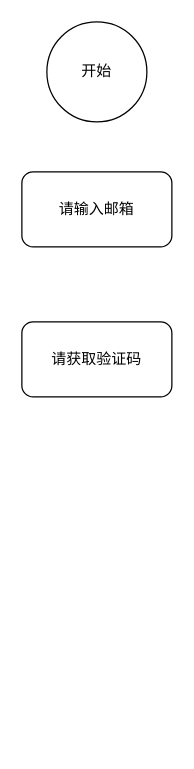
This is LLSI/忘记密码验证码逻辑.drawio from 0573xieguojia/To-program, a draw.io file, before an edit. Source tidied: cells renumbered, new cells numbered last; positions are measured from the earlier drawing's top-left corner, leaving out a move shared by most shapes. Both pictures are drawn from the tidied source at 125%, with x=0, y=0 at pixel (21, 21).
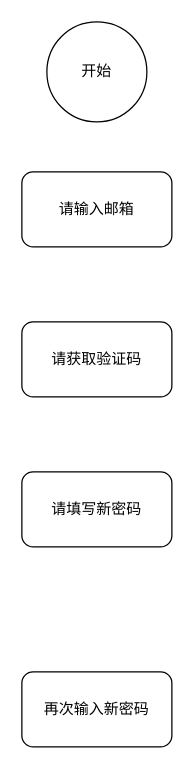
The same page after the edit.

Commit message (it also covers changes not shown here):
更新忘记密码验证码逻辑.drawio

Diff of the diagram source:
```diff
@@
 <mxGraphModel>
   <root>
     <mxCell id="0" />
     <mxCell id="1" parent="0" />
     <mxCell id="2" value="开始" style="ellipse;whiteSpace=wrap;html=1;" parent="1" vertex="1">
       <mxGeometry x="20" width="80" height="80" as="geometry" />
     </mxCell>
     <mxCell id="3" value="请输入邮箱" style="rounded=1;whiteSpace=wrap;html=1;" parent="1" vertex="1">
       <mxGeometry y="120" width="120" height="60" as="geometry" />
     </mxCell>
     <mxCell id="4" value="请获取验证码" style="rounded=1;whiteSpace=wrap;html=1;" parent="1" vertex="1">
       <mxGeometry y="240" width="120" height="60" as="geometry" />
     </mxCell>
+    <mxCell id="5" value="请填写新密码" style="rounded=1;whiteSpace=wrap;html=1;" parent="1" vertex="1">
+      <mxGeometry y="360" width="120" height="60" as="geometry" />
+    </mxCell>
+    <mxCell id="6" value="再次输入新密码" style="rounded=1;whiteSpace=wrap;html=1;" parent="1" vertex="1">
+      <mxGeometry y="520" width="120" height="60" as="geometry" />
+    </mxCell>
   </root>
 </mxGraphModel>
```
